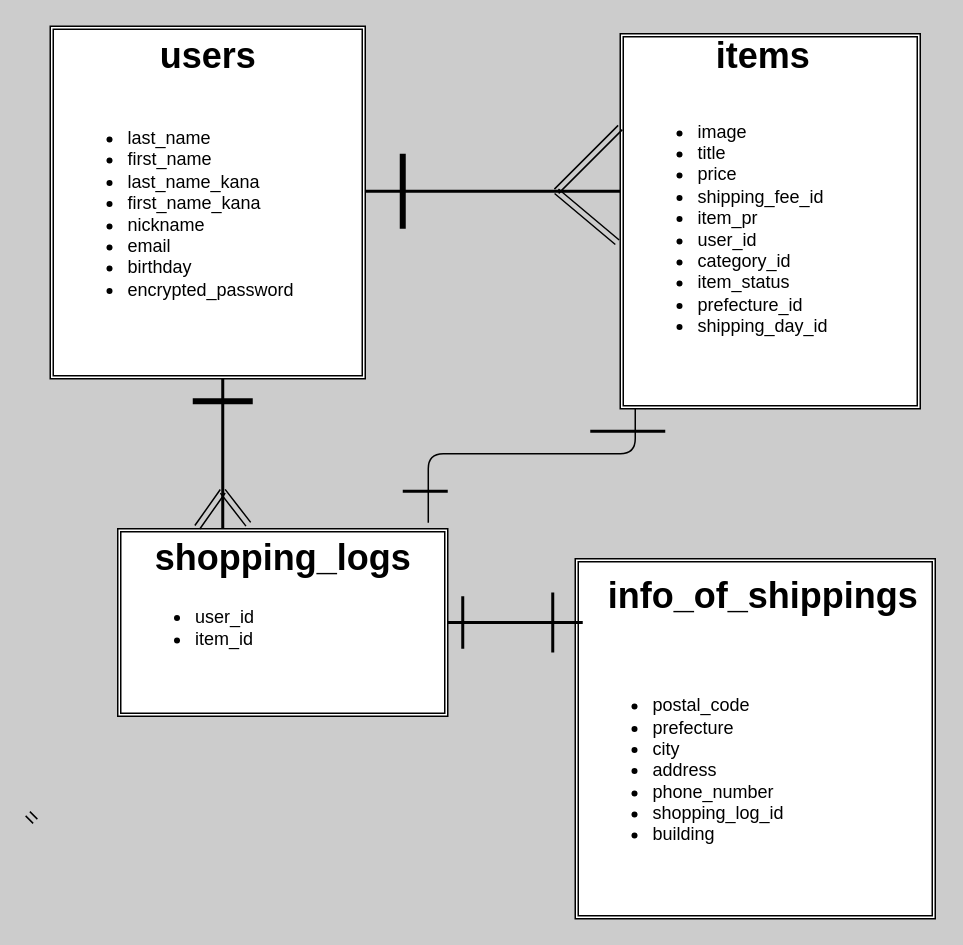
Above: config/ER.dio in sekimosan/furima-34870 (draw.io), before the change. Source tidied: cells renumbered, new cells numbered last; positions are measured from the earlier drawing's top-left corner, leaving out a move shared by most shapes. Both pictures are drawn from the tidied source at 150%, with x=0, y=0 at pixel (27, 26).
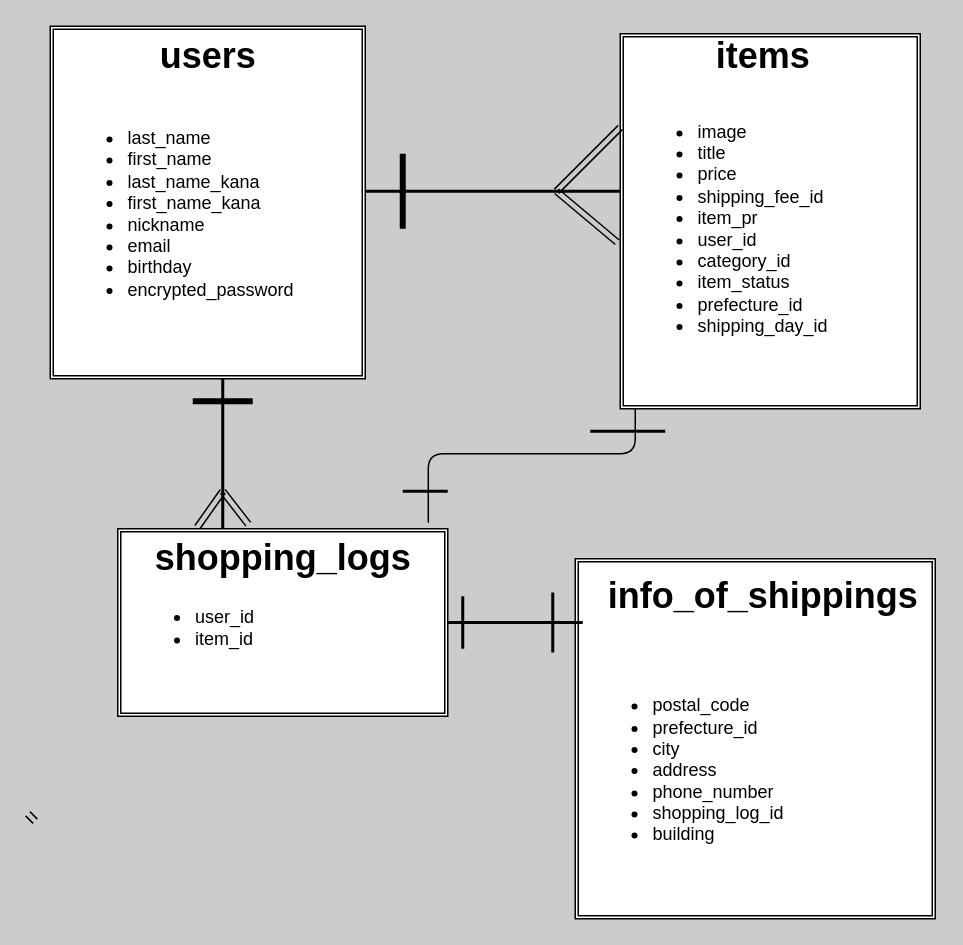
The same diagram, later.

Change to the diagram source:
```diff
@@
-    <mxCell id="13" value="&lt;ul&gt;&lt;li&gt;postal_code&lt;/li&gt;&lt;li&gt;prefecture&lt;/li&gt;&lt;li&gt;city&lt;/li&gt;&lt;li&gt;address&lt;/li&gt;&lt;li&gt;phone_number&lt;/li&gt;&lt;li&gt;shopping_log_id&lt;/li&gt;&lt;li&gt;building&lt;/li&gt;&lt;/ul&gt;" style="text;strokeColor=none;fillColor=none;html=1;whiteSpace=wrap;verticalAlign=middle;overflow=hidden;align=left;" parent="1" vertex="1">
+    <mxCell id="13" value="&lt;ul&gt;&lt;li&gt;postal_code&lt;/li&gt;&lt;li&gt;prefecture_id&lt;/li&gt;&lt;li&gt;city&lt;/li&gt;&lt;li&gt;address&lt;/li&gt;&lt;li&gt;phone_number&lt;/li&gt;&lt;li&gt;shopping_log_id&lt;/li&gt;&lt;li&gt;building&lt;/li&gt;&lt;/ul&gt;" style="text;strokeColor=none;fillColor=none;html=1;whiteSpace=wrap;verticalAlign=middle;overflow=hidden;align=left;" parent="1" vertex="1">
       <mxGeometry x="375" y="397.5" width="150" height="197.5" as="geometry" />
     </mxCell>
```
